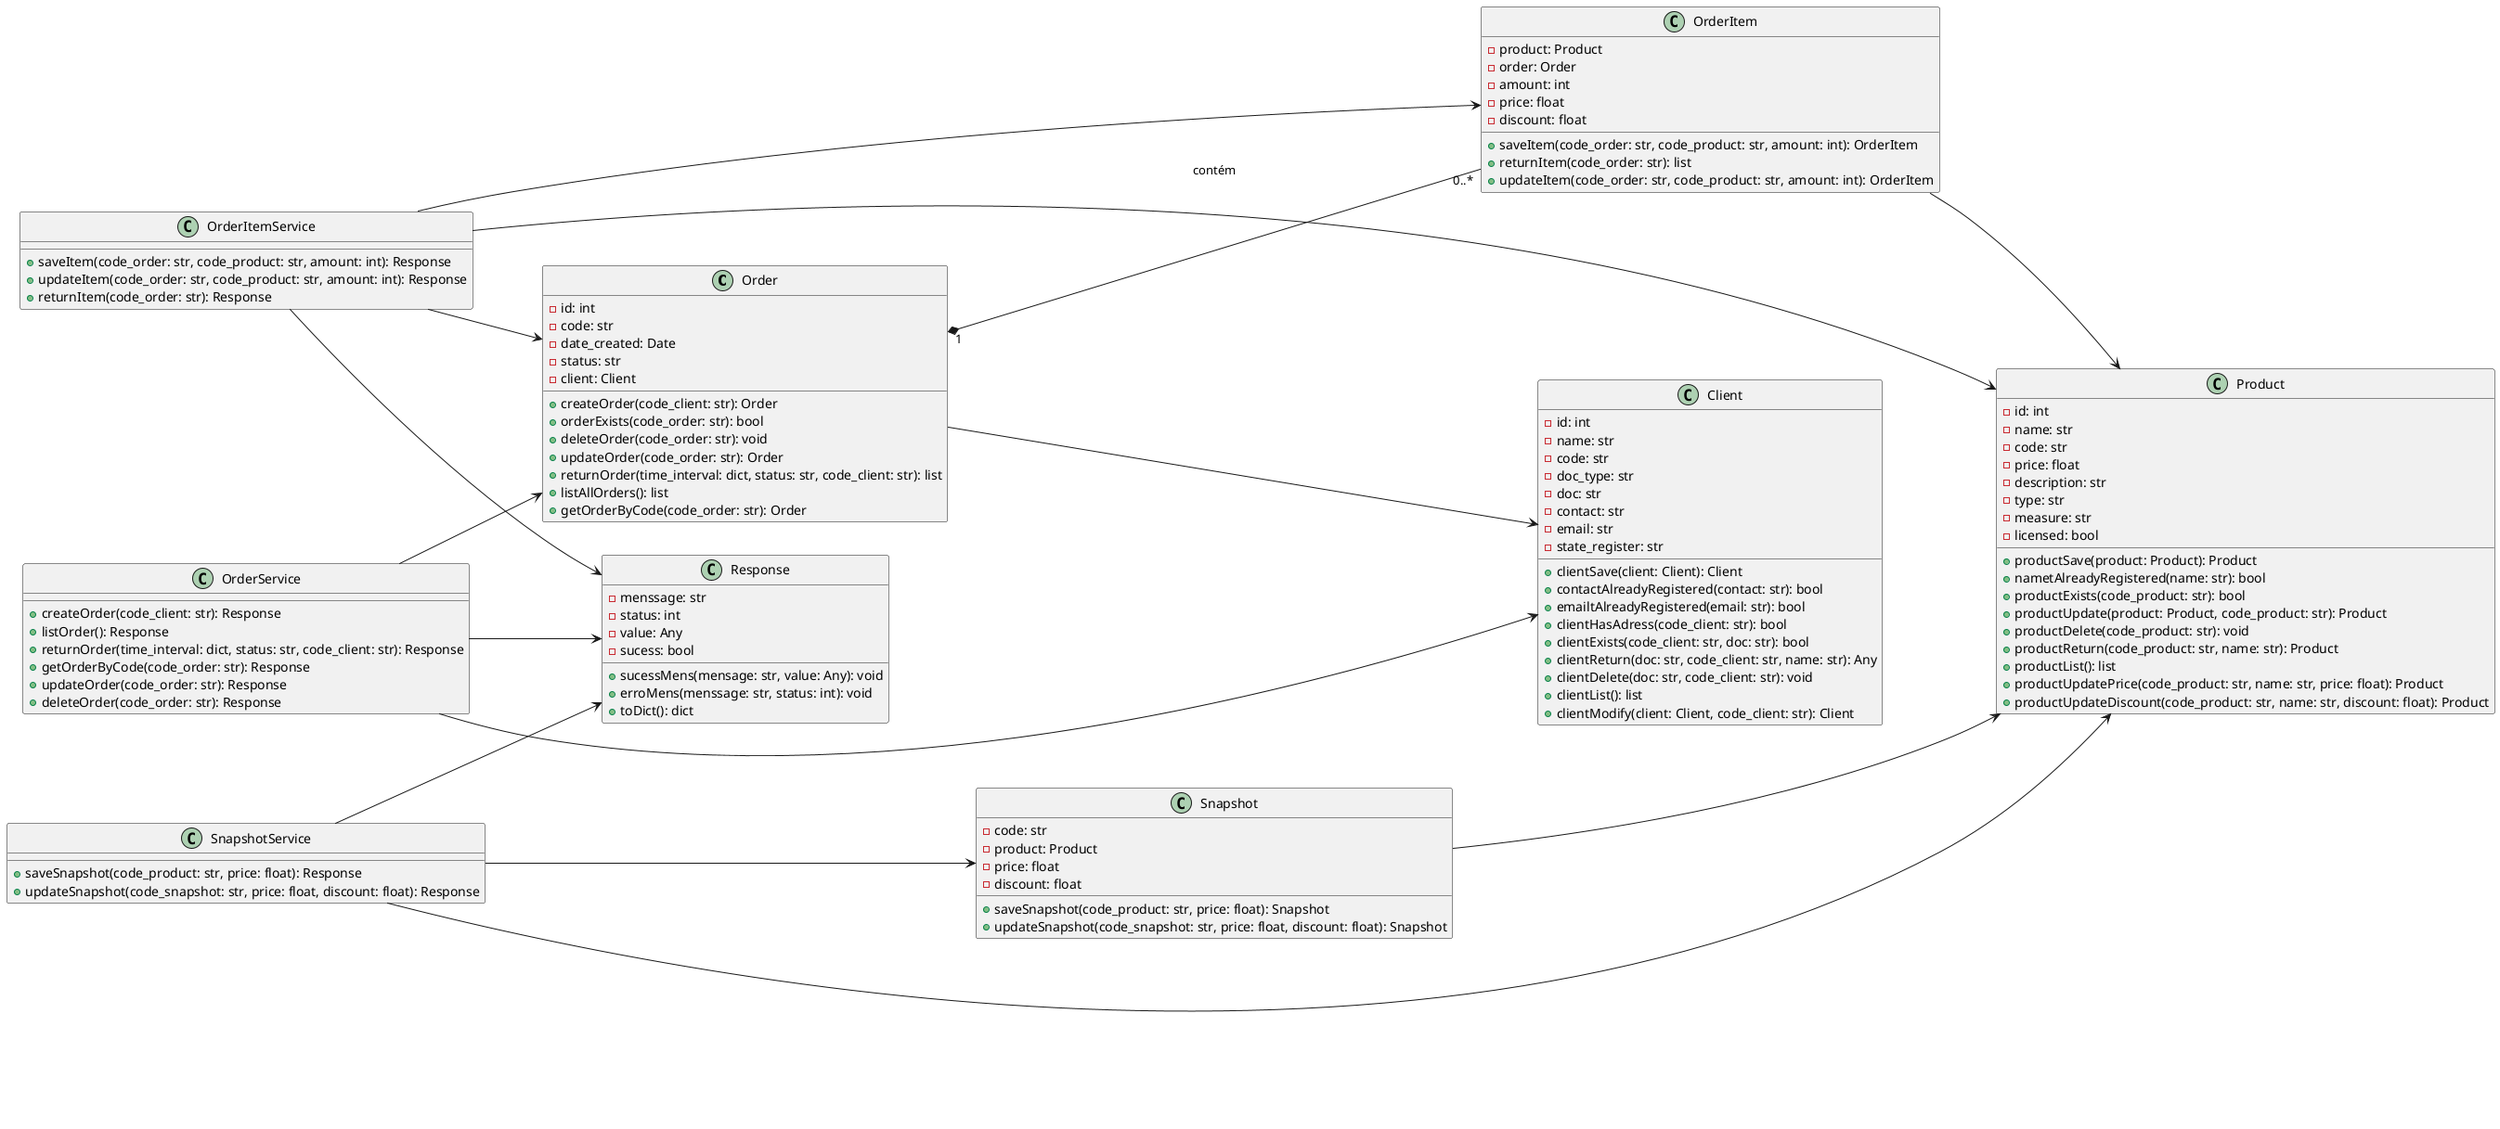
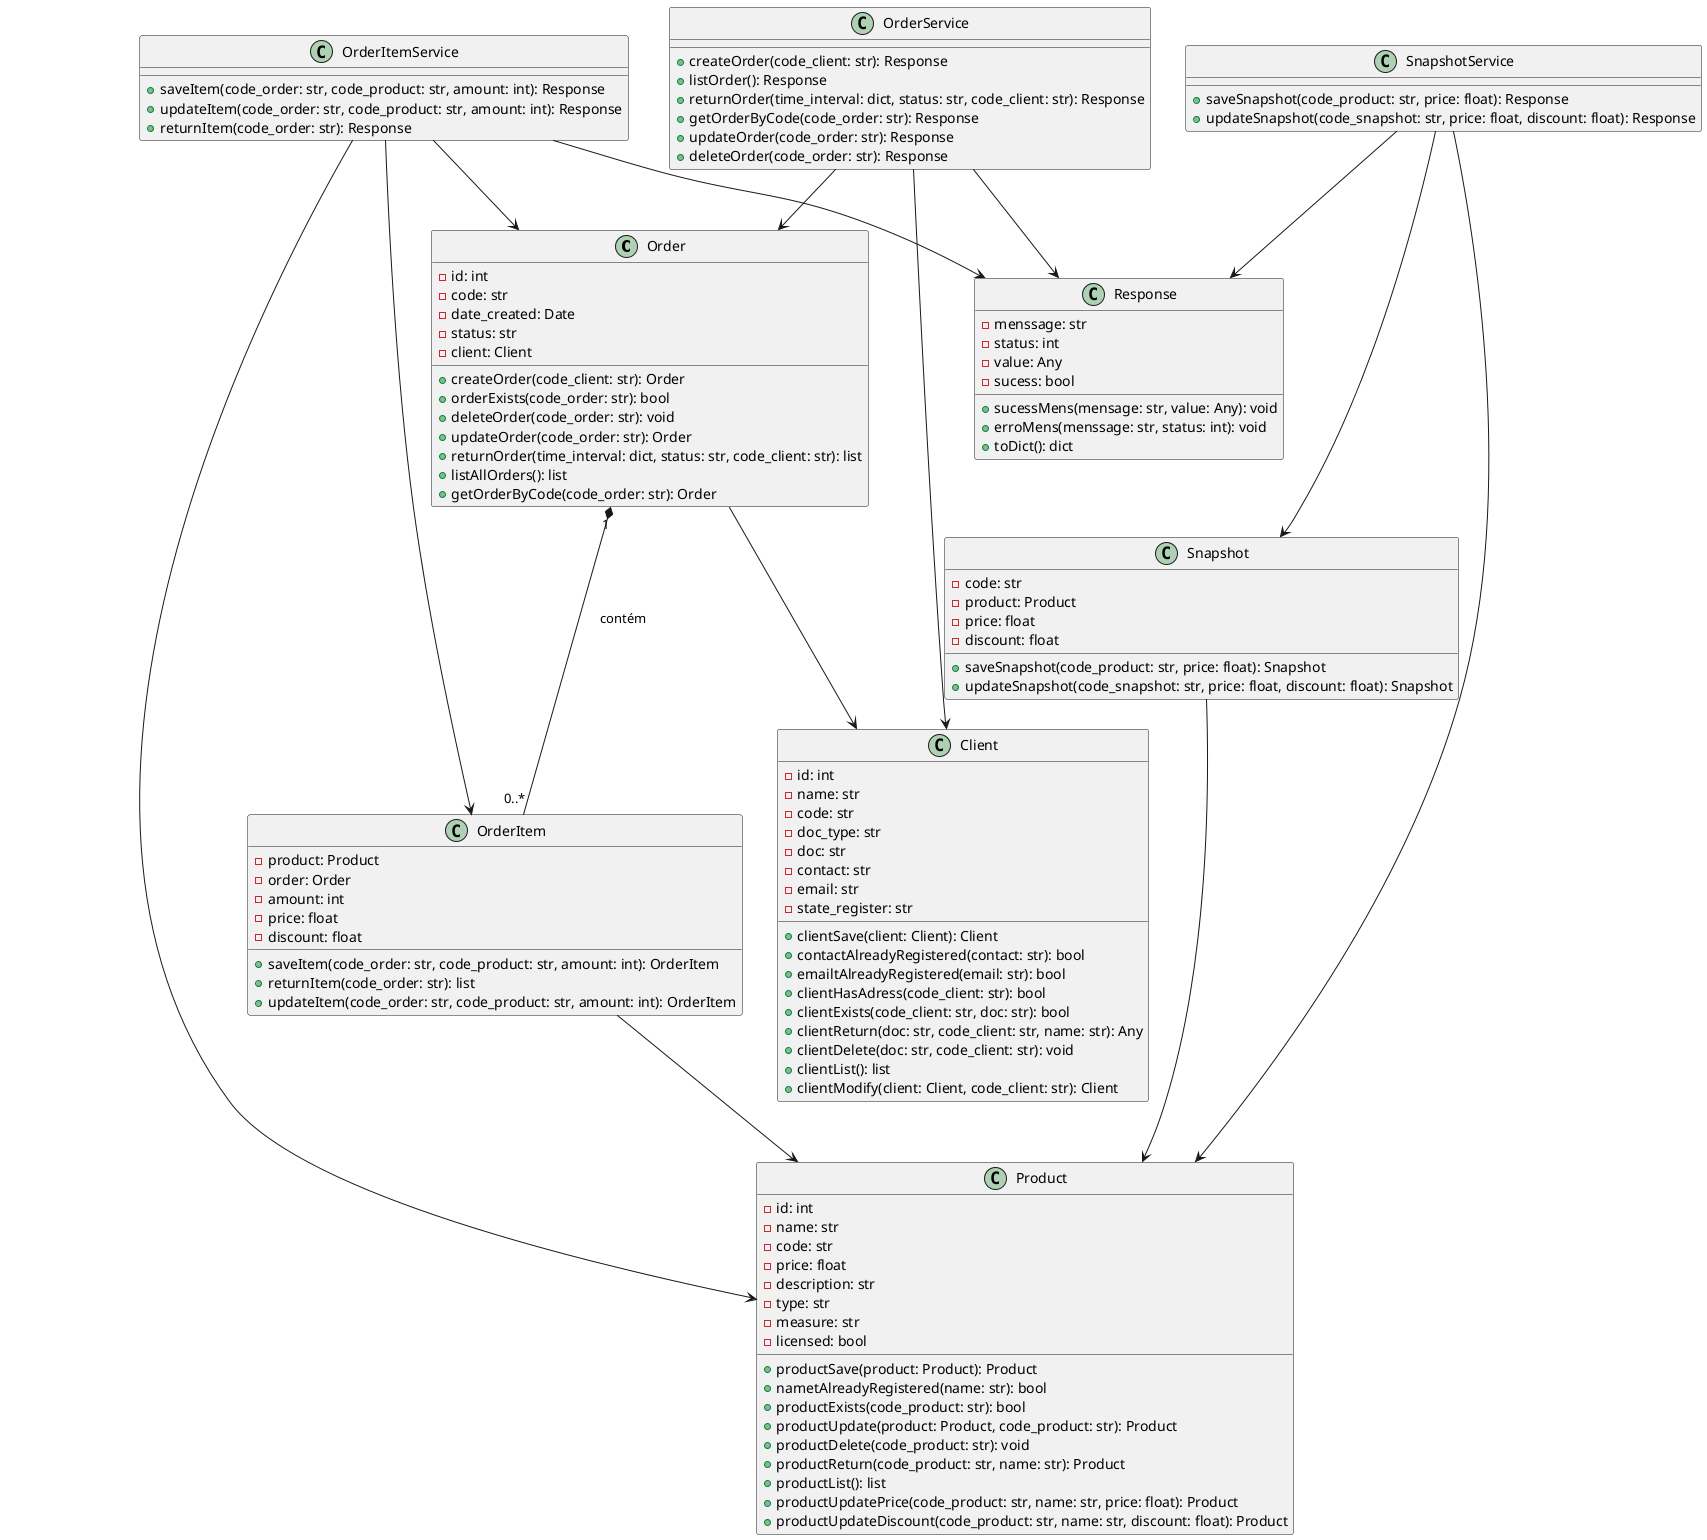
@startuml "Diagrama de Classes - Pedido"

- left to right direction
+ top to bottom direction

class Order {
    -id: int
    -code: str
    -date_created: Date
    -status: str
    -client: Client

    +createOrder(code_client: str): Order
    +orderExists(code_order: str): bool
    +deleteOrder(code_order: str): void
    +updateOrder(code_order: str): Order
    +returnOrder(time_interval: dict, status: str, code_client: str): list
    +listAllOrders(): list
    +getOrderByCode(code_order: str): Order
}

class Client {
    -id: int
    -name: str
    -code: str
    -doc_type: str
    -doc: str
    -contact: str
    -email: str
    -state_register: str

    +clientSave(client: Client): Client
    +contactAlreadyRegistered(contact: str): bool
    +emailtAlreadyRegistered(email: str): bool
    +clientHasAdress(code_client: str): bool
    +clientExists(code_client: str, doc: str): bool
    +clientReturn(doc: str, code_client: str, name: str): Any
    +clientDelete(doc: str, code_client: str): void
    +clientList(): list
    +clientModify(client: Client, code_client: str): Client
}

class Product {
    -id: int
    -name: str
    -code: str
    -price: float
    -description: str
    -type: str
    -measure: str
    -licensed: bool

    +productSave(product: Product): Product
    +nametAlreadyRegistered(name: str): bool
    +productExists(code_product: str): bool
    +productUpdate(product: Product, code_product: str): Product
    +productDelete(code_product: str): void
    +productReturn(code_product: str, name: str): Product
    +productList(): list
    +productUpdatePrice(code_product: str, name: str, price: float): Product
    +productUpdateDiscount(code_product: str, name: str, discount: float): Product
}

class Snapshot {
    -code: str
    -product: Product
    -price: float
    -discount: float

    +saveSnapshot(code_product: str, price: float): Snapshot
    +updateSnapshot(code_snapshot: str, price: float, discount: float): Snapshot
}

class OrderItem {
    -product: Product
    -order: Order
    -amount: int
    -price: float
    -discount: float

    +saveItem(code_order: str, code_product: str, amount: int): OrderItem
    +returnItem(code_order: str): list
    +updateItem(code_order: str, code_product: str, amount: int): OrderItem
}

class OrderService {
    +createOrder(code_client: str): Response
    +listOrder(): Response
    +returnOrder(time_interval: dict, status: str, code_client: str): Response
    +getOrderByCode(code_order: str): Response
    +updateOrder(code_order: str): Response
    +deleteOrder(code_order: str): Response
}

class OrderItemService {
    +saveItem(code_order: str, code_product: str, amount: int): Response
    +updateItem(code_order: str, code_product: str, amount: int): Response
    +returnItem(code_order: str): Response
}

class SnapshotService {
    +saveSnapshot(code_product: str, price: float): Response
    +updateSnapshot(code_snapshot: str, price: float, discount: float): Response
}

class Response {
    -menssage: str
    -status: int
    -value: Any
    -sucess: bool

    +sucessMens(mensage: str, value: Any): void
    +erroMens(menssage: str, status: int): void
    +toDict(): dict
}

Order "1" *-- "0..*" OrderItem: contém
Order --> Client
OrderItem --> Product
Snapshot --> Product

OrderService --> Order
OrderService --> Client
OrderService --> Response

OrderItemService --> OrderItem
OrderItemService --> Order
OrderItemService --> Product
OrderItemService --> Response

SnapshotService --> Snapshot
SnapshotService --> Product
SnapshotService --> Response

@enduml